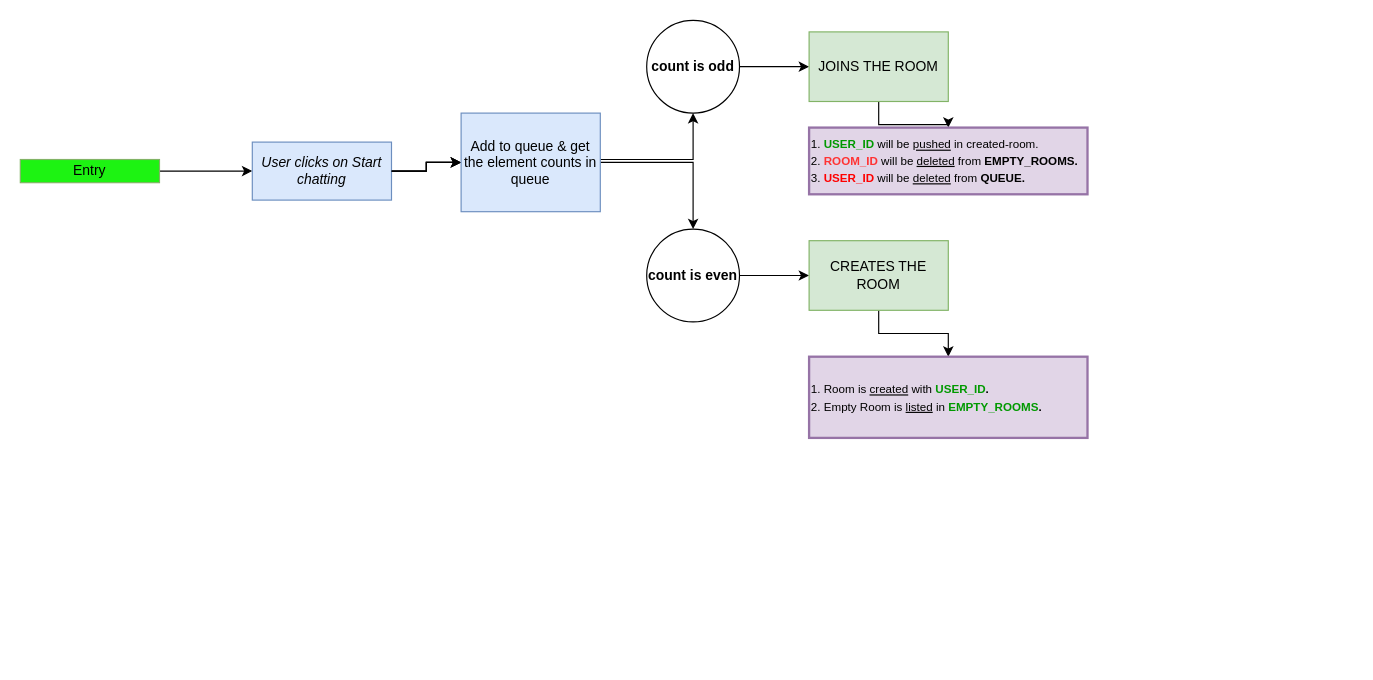
Above: charts/Untitled Diagram.drawio in sarveshhh-m/flowcharts (draw.io), before the change. Source tidied: cells renumbered, new cells numbered last; positions are measured from the earlier drawing's top-left corner, leaving out a move shared by most shapes. Both pictures are drawn from the tidied source at 116%, with x=0, y=0 at pixel (20, 20).
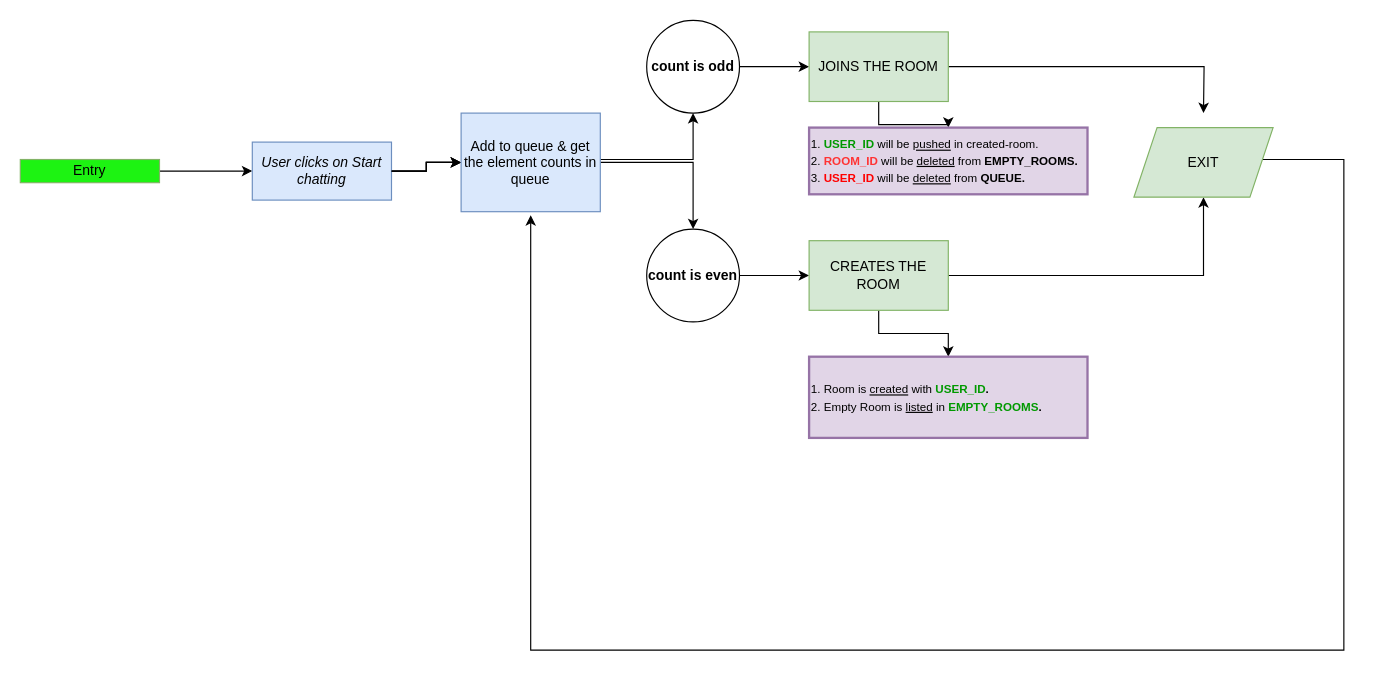
The same page after the edit.

The change refers to these unchanged cells:
```xml
<mxCell id="16" value="JOINS THE ROOM" style="whiteSpace=wrap;html=1;rounded=0;fillColor=#d5e8d4;strokeColor=#82b366;" parent="1" vertex="1">
  <mxGeometry x="680" y="10" width="120" height="60" as="geometry" />
</mxCell>
<mxCell id="18" value="CREATES THE ROOM" style="whiteSpace=wrap;html=1;rounded=0;fillColor=#d5e8d4;strokeColor=#82b366;" parent="1" vertex="1">
  <mxGeometry x="680" y="190" width="120" height="60" as="geometry" />
</mxCell>
```

What changed in the source:
```diff
@@
+    <mxCell id="21" style="edgeStyle=orthogonalEdgeStyle;rounded=0;jettySize=auto;html=1;" parent="1" edge="1" source="16">
+      <mxGeometry relative="1" as="geometry">
+        <mxPoint x="1020" y="80" as="targetPoint" />
+      </mxGeometry>
+    </mxCell>
@@
+    <mxCell id="22" style="edgeStyle=orthogonalEdgeStyle;rounded=0;jettySize=auto;html=1;" parent="1" edge="1" source="18" target="24">
+      <mxGeometry relative="1" as="geometry" />
+    </mxCell>
@@
+    <mxCell id="23" style="edgeStyle=orthogonalEdgeStyle;rounded=0;orthogonalLoop=1;jettySize=auto;html=1;" parent="1" edge="1">
+      <mxGeometry relative="1" as="geometry">
+        <mxPoint x="1070" y="120" as="sourcePoint" />
+        <mxPoint x="440" y="168" as="targetPoint" />
+        <Array as="points">
+          <mxPoint x="1070" y="120" />
+          <mxPoint x="1141" y="120" />
+          <mxPoint x="1141" y="543" />
+          <mxPoint x="440" y="543" />
+        </Array>
+      </mxGeometry>
+    </mxCell>
+    <mxCell id="24" value="EXIT" style="shape=parallelogram;perimeter=parallelogramPerimeter;whiteSpace=wrap;html=1;fixedSize=1;fillColor=#d5e8d4;strokeColor=#82b366;rounded=0;" parent="1" vertex="1">
+      <mxGeometry x="960" y="92.5" width="120" height="60" as="geometry" />
+    </mxCell>
```
